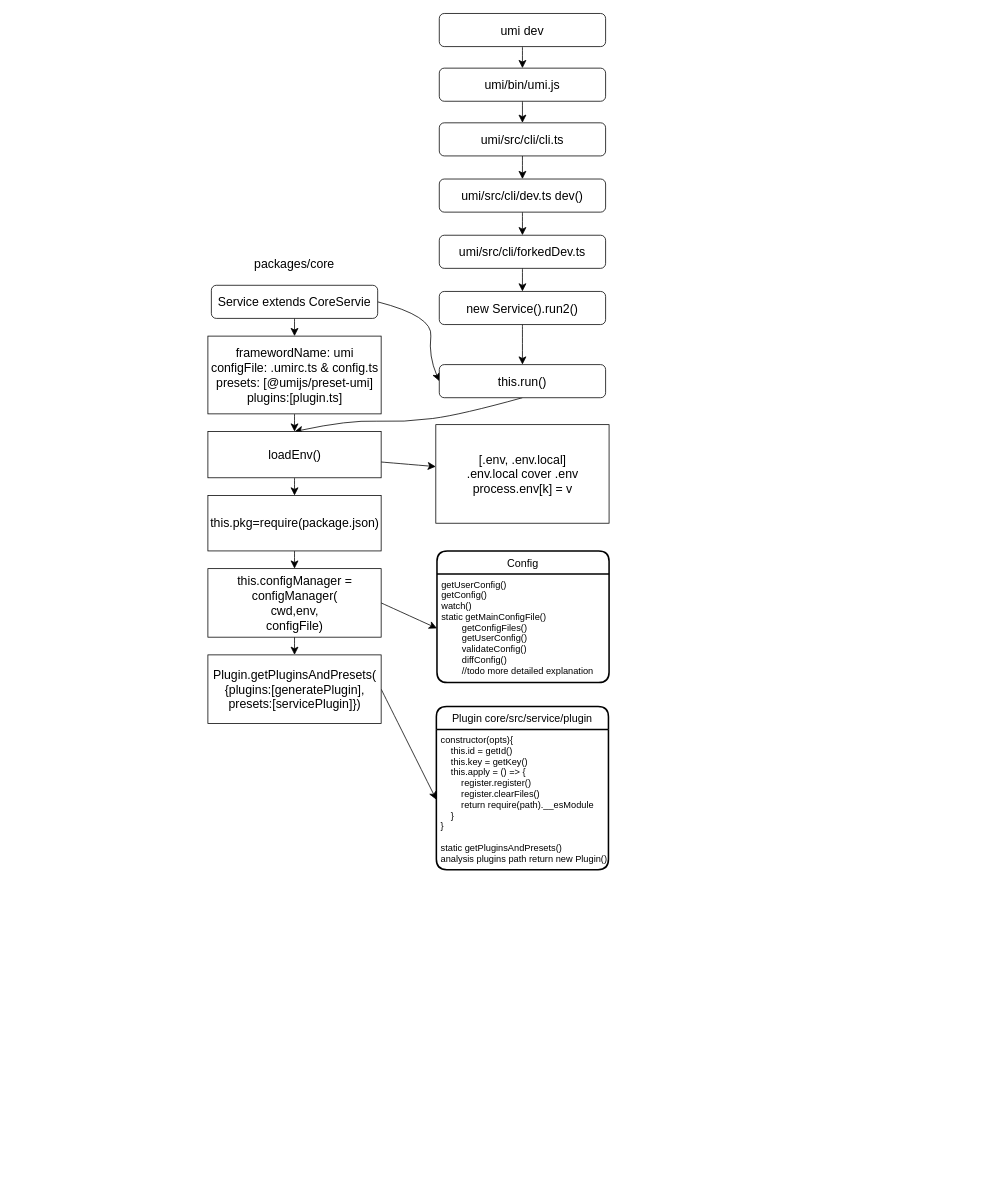
The draw.io diagram umi.drawio in ccctw-ma/source-code-learning, before the edit. Source tidied: cells renumbered, new cells numbered last; positions are measured from the earlier drawing's top-left corner, leaving out a move shared by most shapes. Both pictures are drawn from the tidied source at 77%, with x=0, y=0 at pixel (207, 13).
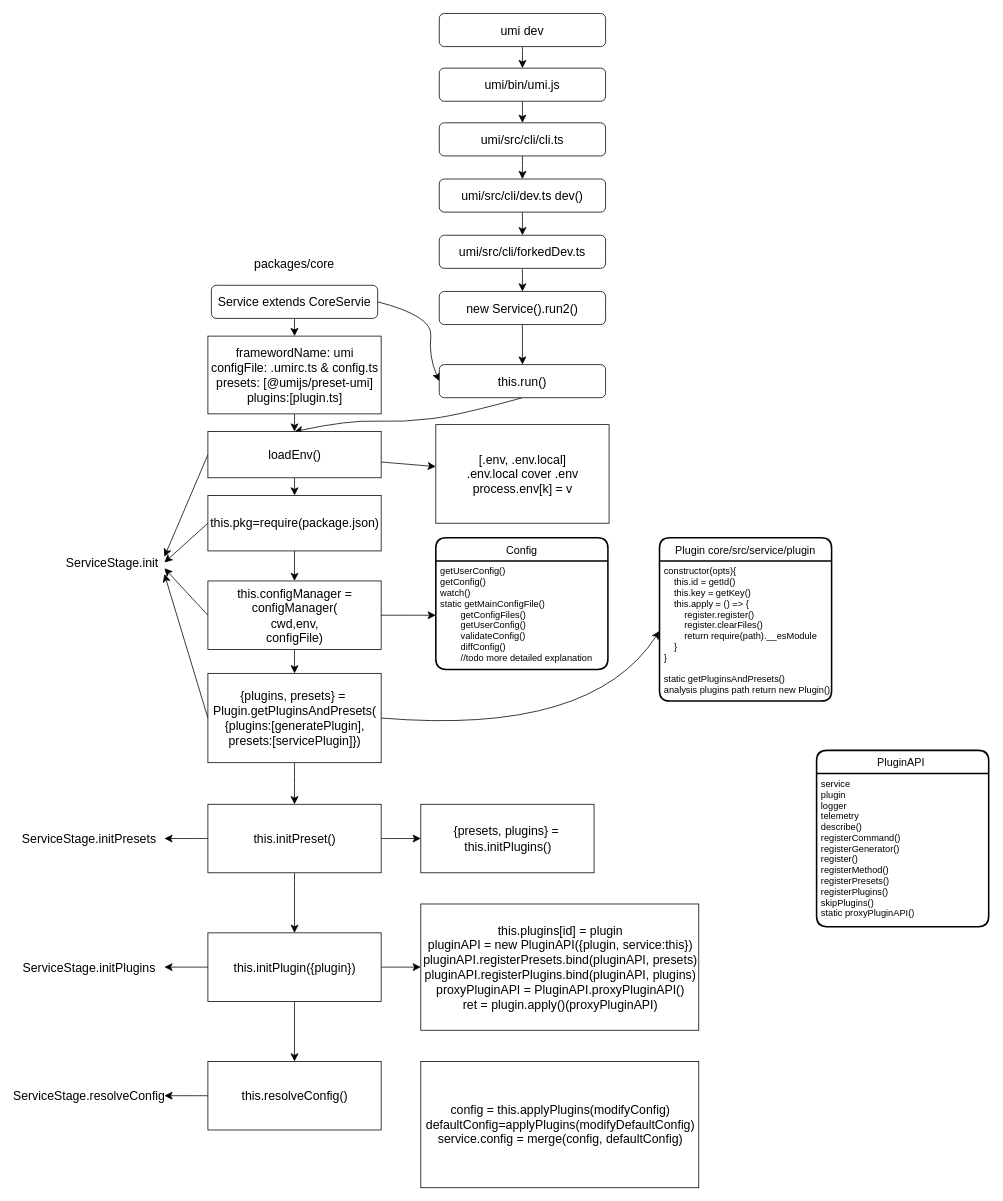
Above is the later version.

The change refers to these unchanged cells:
```xml
<mxCell id="26" value="loadEnv()&lt;br&gt;" style="html=1;fontSize=16;" parent="1" vertex="1">
  <mxGeometry x="0.5" y="543" width="225" height="60" as="geometry" />
</mxCell>
<mxCell id="29" value="this.pkg=require(package.json)" style="html=1;fontSize=16;" parent="1" vertex="1">
  <mxGeometry x="0.5" y="626" width="225" height="72" as="geometry" />
</mxCell>
<mxCell id="36" value="constructor(opts){&#10;    this.id = getId()&#10;    this.key = getKey()&#10;    this.apply = () =&gt; {&#10;        register.register()&#10;        register.clearFiles()&#10;        return require(path).__esModule&#10;    }&#10;}&#10;&#10;static getPluginsAndPresets()&#10;analysis plugins path return new Plugin()" style="align=left;strokeColor=none;fillColor=none;spacingLeft=4;fontSize=12;verticalAlign=top;" parent="35" vertex="1">
  <mxGeometry y="30" width="223.5" height="182" as="geometry" />
</mxCell>
```

What changed in the source:
```diff
@@
     <mxCell id="22" value="Config" style="swimlane;horizontal=1;startSize=30;rounded=1;fontSize=14;fontStyle=0;strokeWidth=2;shadow=0;dashed=0;align=center;" parent="1" vertex="1">
-      <mxGeometry x="298" y="698" width="223.5" height="171" as="geometry" />
+      <mxGeometry x="296.5" y="681" width="223.5" height="171" as="geometry" />
     </mxCell>
@@
+    <mxCell id="37" style="edgeStyle=none;curved=1;rounded=0;jettySize=auto;html=1;exitX=0;exitY=0.5;exitDx=0;exitDy=0;entryX=1;entryY=0.25;entryDx=0;entryDy=0;fontSize=12;startSize=8;endSize=8;" parent="1" edge="1" source="26" target="42">
+      <mxGeometry relative="1" as="geometry" />
+    </mxCell>
@@
+    <mxCell id="38" style="edgeStyle=none;curved=1;rounded=0;jettySize=auto;html=1;exitX=0;exitY=0.5;exitDx=0;exitDy=0;entryX=1;entryY=0.5;entryDx=0;entryDy=0;fontSize=12;startSize=8;endSize=8;" parent="1" edge="1" source="29" target="42">
+      <mxGeometry relative="1" as="geometry" />
+    </mxCell>
@@
+    <mxCell id="39" style="edgeStyle=none;curved=1;rounded=0;jettySize=auto;html=1;exitX=0;exitY=0.5;exitDx=0;exitDy=0;entryX=1;entryY=0.75;entryDx=0;entryDy=0;fontSize=12;startSize=8;endSize=8;" parent="1" edge="1" source="32" target="42">
+      <mxGeometry relative="1" as="geometry" />
+    </mxCell>
     <mxCell id="32" value="this.configManager =&lt;br&gt;configManager(&lt;br&gt;cwd,env,&lt;br&gt;configFile)" style="html=1;fontSize=16;" parent="1" vertex="1">
-      <mxGeometry x="0.5" y="721" width="225" height="89" as="geometry" />
+      <mxGeometry x="0.5" y="737" width="225" height="89" as="geometry" />
     </mxCell>
     <mxCell id="33" style="edgeStyle=none;curved=1;rounded=0;jettySize=auto;html=1;exitX=1;exitY=0.5;exitDx=0;exitDy=0;entryX=0;entryY=0.5;entryDx=0;entryDy=0;fontSize=12;startSize=8;endSize=8;" parent="1" edge="1" source="34" target="36">
-      <mxGeometry relative="1" as="geometry" />
+      <mxGeometry relative="1" as="geometry">
+        <Array as="points">
+          <mxPoint x="499" y="938" />
+        </Array>
+      </mxGeometry>
     </mxCell>
+    <mxCell id="40" style="edgeStyle=none;curved=1;rounded=0;jettySize=auto;html=1;exitX=0;exitY=0.5;exitDx=0;exitDy=0;entryX=1;entryY=1;entryDx=0;entryDy=0;fontSize=12;startSize=8;endSize=8;" parent="1" edge="1" source="34" target="42">
+      <mxGeometry relative="1" as="geometry" />
+    </mxCell>
+    <mxCell id="41" style="edgeStyle=none;curved=1;rounded=0;jettySize=auto;html=1;exitX=0.5;exitY=1;exitDx=0;exitDy=0;fontSize=12;startSize=8;endSize=8;" parent="1" edge="1" source="34" target="46">
+      <mxGeometry relative="1" as="geometry" />
+    </mxCell>
-    <mxCell id="34" value="Plugin.getPluginsAndPresets(&lt;br&gt;{plugins:[generatePlugin],&lt;br&gt;presets:[servicePlugin]})" style="html=1;fontSize=16;" parent="1" vertex="1">
-      <mxGeometry x="0.5" y="833" width="225" height="89" as="geometry" />
+    <mxCell id="34" value="{plugins, presets} =&amp;nbsp;&lt;br&gt;Plugin.getPluginsAndPresets(&lt;br&gt;{plugins:[generatePlugin],&lt;br&gt;presets:[servicePlugin]})" style="html=1;fontSize=16;" parent="1" vertex="1">
+      <mxGeometry x="0.5" y="857" width="225" height="116" as="geometry" />
     </mxCell>
     <mxCell id="35" value="Plugin core/src/service/plugin" style="swimlane;horizontal=1;startSize=30;rounded=1;fontSize=14;fontStyle=0;strokeWidth=2;shadow=0;dashed=0;align=center;" parent="1" vertex="1">
-      <mxGeometry x="297.2" y="900" width="223.5" height="212" as="geometry" />
+      <mxGeometry x="587" y="681" width="223.5" height="212" as="geometry" />
     </mxCell>
@@
+    <mxCell id="42" value="ServiceStage.init" style="text;strokeColor=none;fillColor=none;html=1;align=center;verticalAlign=middle;whiteSpace=wrap;rounded=0;fontSize=16;" parent="1" vertex="1">
+      <mxGeometry x="-191" y="698" width="135" height="30" as="geometry" />
+    </mxCell>
+    <mxCell id="43" style="edgeStyle=none;curved=1;rounded=0;jettySize=auto;html=1;exitX=1;exitY=0.5;exitDx=0;exitDy=0;entryX=0;entryY=0.5;entryDx=0;entryDy=0;fontSize=12;startSize=8;endSize=8;" parent="1" edge="1" source="46" target="47">
+      <mxGeometry relative="1" as="geometry" />
+    </mxCell>
+    <mxCell id="44" style="edgeStyle=none;curved=1;rounded=0;jettySize=auto;html=1;exitX=0;exitY=0.5;exitDx=0;exitDy=0;entryX=1;entryY=0.5;entryDx=0;entryDy=0;fontSize=12;startSize=8;endSize=8;" parent="1" edge="1" source="46" target="53">
+      <mxGeometry relative="1" as="geometry" />
+    </mxCell>
+    <mxCell id="45" style="edgeStyle=none;curved=1;rounded=0;jettySize=auto;html=1;exitX=0.5;exitY=1;exitDx=0;exitDy=0;entryX=0.5;entryY=0;entryDx=0;entryDy=0;fontSize=12;startSize=8;endSize=8;" parent="1" edge="1" source="46" target="51">
+      <mxGeometry relative="1" as="geometry" />
+    </mxCell>
+    <mxCell id="46" value="this.initPreset()" style="html=1;fontSize=16;" parent="1" vertex="1">
+      <mxGeometry x="0.5" y="1027" width="225" height="89" as="geometry" />
+    </mxCell>
+    <mxCell id="47" value="{presets, plugins} =&amp;nbsp;&lt;br&gt;this.initPlugins()&lt;br&gt;" style="html=1;fontSize=16;" parent="1" vertex="1">
+      <mxGeometry x="277" y="1027" width="225" height="89" as="geometry" />
+    </mxCell>
+    <mxCell id="48" style="edgeStyle=none;curved=1;rounded=0;jettySize=auto;html=1;exitX=0;exitY=0.5;exitDx=0;exitDy=0;entryX=1;entryY=0.5;entryDx=0;entryDy=0;fontSize=12;startSize=8;endSize=8;" parent="1" edge="1" source="51" target="54">
+      <mxGeometry relative="1" as="geometry" />
+    </mxCell>
+    <mxCell id="49" style="edgeStyle=none;curved=1;rounded=0;jettySize=auto;html=1;exitX=1;exitY=0.5;exitDx=0;exitDy=0;entryX=0;entryY=0.5;entryDx=0;entryDy=0;fontSize=12;startSize=8;endSize=8;" parent="1" edge="1" source="51" target="52">
+      <mxGeometry relative="1" as="geometry" />
+    </mxCell>
+    <mxCell id="50" style="edgeStyle=none;curved=1;rounded=0;jettySize=auto;html=1;exitX=0.5;exitY=1;exitDx=0;exitDy=0;entryX=0.5;entryY=0;entryDx=0;entryDy=0;fontSize=12;startSize=8;endSize=8;" parent="1" edge="1" source="51" target="58">
+      <mxGeometry relative="1" as="geometry" />
+    </mxCell>
+    <mxCell id="51" value="this.initPlugin({plugin})" style="html=1;fontSize=16;" parent="1" vertex="1">
+      <mxGeometry x="0.5" y="1194" width="225" height="89" as="geometry" />
+    </mxCell>
+    <mxCell id="52" value="this.plugins[id] = plugin&lt;br&gt;pluginAPI = new PluginAPI({plugin, service:this})&lt;br&gt;pluginAPI.registerPresets.bind(pluginAPI, presets)&lt;br&gt;pluginAPI.registerPlugins.bind(pluginAPI, plugins)&lt;br&gt;proxyPluginAPI = PluginAPI.proxyPluginAPI()&lt;br&gt;ret = plugin.apply()(proxyPluginAPI)" style="html=1;fontSize=16;" parent="1" vertex="1">
+      <mxGeometry x="277" y="1156.5" width="361" height="164" as="geometry" />
+    </mxCell>
+    <mxCell id="53" value="ServiceStage.initPresets" style="text;strokeColor=none;fillColor=none;html=1;align=center;verticalAlign=middle;whiteSpace=wrap;rounded=0;fontSize=16;" parent="1" vertex="1">
+      <mxGeometry x="-251" y="1056.5" width="195" height="30" as="geometry" />
+    </mxCell>
+    <mxCell id="54" value="ServiceStage.initPlugins" style="text;strokeColor=none;fillColor=none;html=1;align=center;verticalAlign=middle;whiteSpace=wrap;rounded=0;fontSize=16;" parent="1" vertex="1">
+      <mxGeometry x="-251" y="1223.5" width="195" height="30" as="geometry" />
+    </mxCell>
+    <mxCell id="55" value="PluginAPI " style="swimlane;horizontal=1;startSize=30;rounded=1;fontSize=14;fontStyle=0;strokeWidth=2;shadow=0;dashed=0;align=center;" parent="1" vertex="1">
+      <mxGeometry x="791" y="957" width="223.5" height="229" as="geometry" />
+    </mxCell>
+    <mxCell id="56" value="service&#10;plugin&#10;logger&#10;telemetry&#10;describe()&#10;registerCommand()&#10;registerGenerator()&#10;register()&#10;registerMethod()&#10;registerPresets()&#10;registerPlugins()&#10;skipPlugins()&#10;static proxyPluginAPI()" style="align=left;strokeColor=none;fillColor=none;spacingLeft=4;fontSize=12;verticalAlign=top;" parent="55" vertex="1">
+      <mxGeometry y="30" width="223.5" height="199" as="geometry" />
+    </mxCell>
+    <mxCell id="57" style="edgeStyle=none;curved=1;rounded=0;jettySize=auto;html=1;exitX=0;exitY=0.5;exitDx=0;exitDy=0;fontSize=12;startSize=8;endSize=8;" parent="1" edge="1" source="58" target="59">
+      <mxGeometry relative="1" as="geometry" />
+    </mxCell>
+    <mxCell id="58" value="this.resolveConfig()" style="html=1;fontSize=16;" parent="1" vertex="1">
+      <mxGeometry x="0.5" y="1361" width="225" height="89" as="geometry" />
+    </mxCell>
+    <mxCell id="59" value="ServiceStage.resolveConfig" style="text;strokeColor=none;fillColor=none;html=1;align=center;verticalAlign=middle;whiteSpace=wrap;rounded=0;fontSize=16;" parent="1" vertex="1">
+      <mxGeometry x="-251" y="1390.5" width="195" height="30" as="geometry" />
+    </mxCell>
+    <mxCell id="60" value="config = this.applyPlugins(modifyConfig)&lt;br&gt;defaultConfig=applyPlugins(modifyDefaultConfig)&lt;br&gt;service.config = merge(config, defaultConfig)" style="html=1;fontSize=16;" parent="1" vertex="1">
+      <mxGeometry x="277" y="1361" width="361" height="164" as="geometry" />
+    </mxCell>
```
